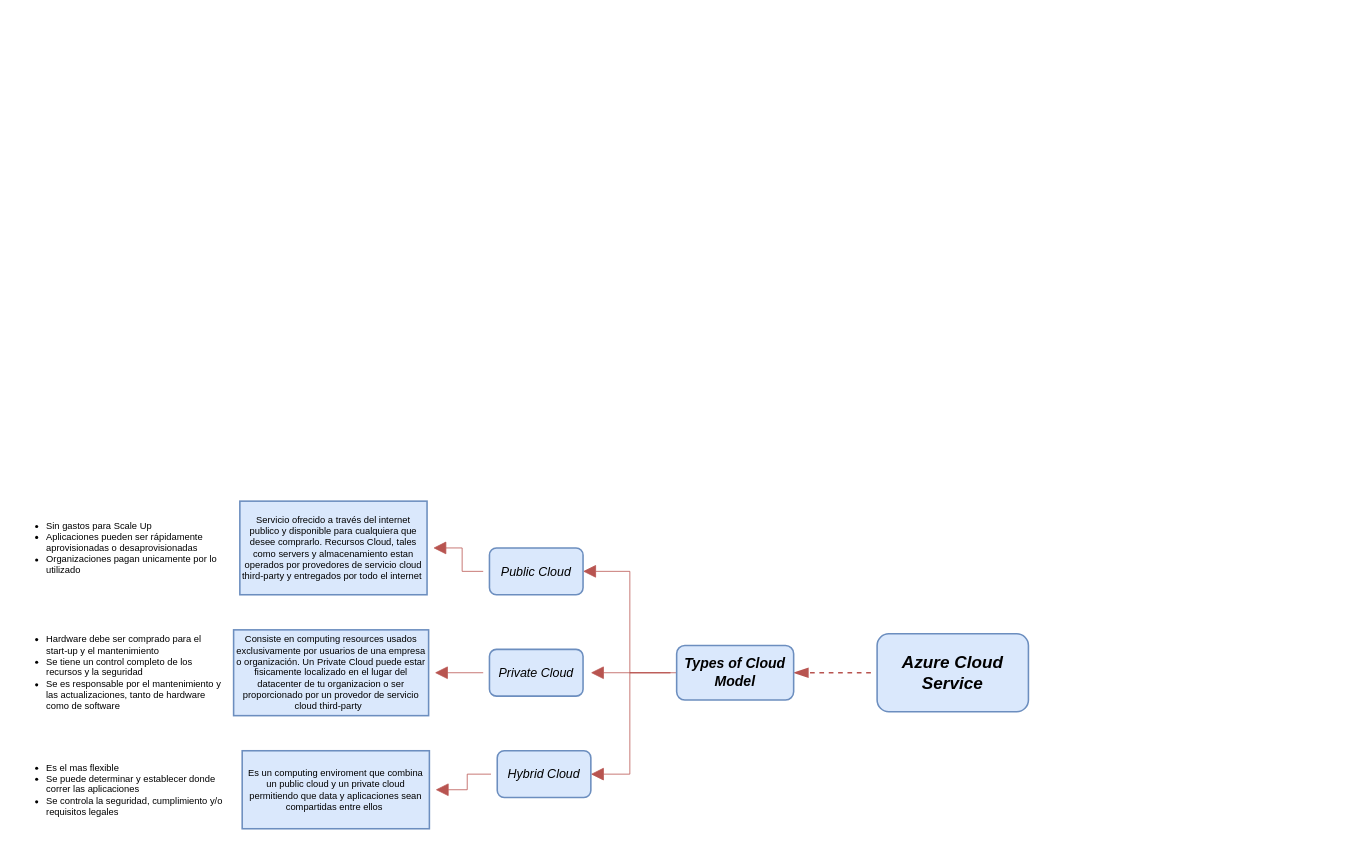
Above: AzureCloud.drawio in Redcouz/AzureDevOpsDiagram (draw.io), before the change. Source tidied: cells renumbered, new cells numbered last; positions are measured from the earlier drawing's top-left corner, leaving out a move shared by most shapes. Both pictures are drawn from the tidied source at 78%, with x=0, y=0 at pixel (13, 489).
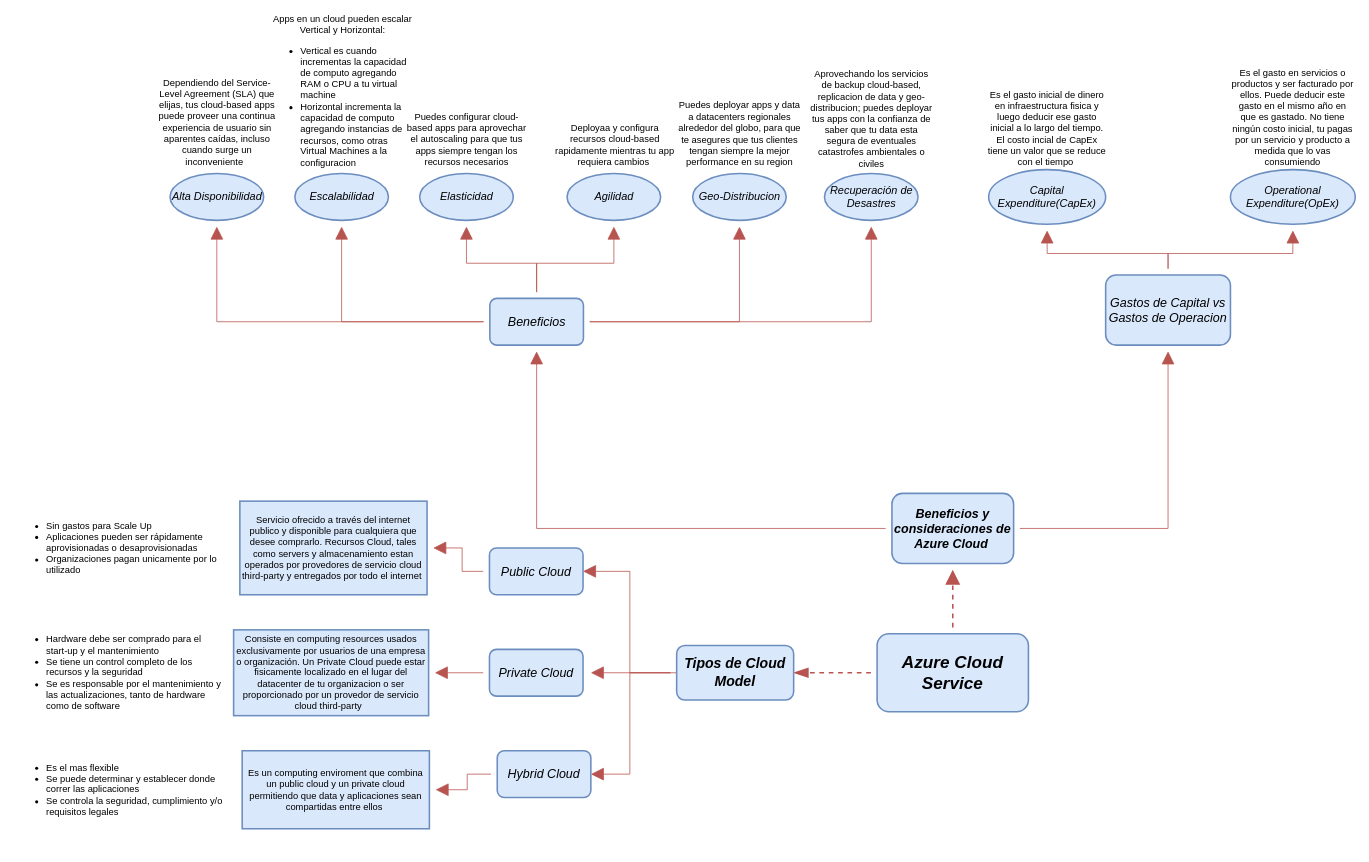
After the change.

The change refers to these unchanged cells:
```xml
<mxCell id="3" value="&lt;font style=&quot;font-size: 22px&quot;&gt;&lt;b&gt;&lt;i&gt;Azure Cloud Service&lt;/i&gt;&lt;/b&gt;&lt;/font&gt;" style="rounded=1;whiteSpace=wrap;html=1;hachureGap=4;fillColor=#dae8fc;strokeColor=#6c8ebf;strokeWidth=2;" parent="1" vertex="1">
  <mxGeometry x="1107" y="185" width="194" height="100" as="geometry" />
</mxCell>
```

What changed in the source:
```diff
@@
+    <mxCell id="20" style="edgeStyle=orthogonalEdgeStyle;rounded=0;jettySize=auto;html=1;endArrow=block;endFill=1;startSize=14;endSize=14;sourcePerimeterSpacing=8;targetPerimeterSpacing=8;fillColor=#f8cecc;dashed=1;strokeColor=#b85450;strokeWidth=2;" parent="1" edge="1" source="3" target="23">
+      <mxGeometry relative="1" as="geometry" />
+    </mxCell>
@@
-    <mxCell id="7" value="&lt;font style=&quot;font-size: 18px&quot;&gt;&lt;b&gt;&lt;i&gt;Types of Cloud Model&lt;/i&gt;&lt;/b&gt;&lt;/font&gt;" style="whiteSpace=wrap;html=1;rounded=1;strokeColor=#6c8ebf;strokeWidth=2;fillColor=#dae8fc;hachureGap=4;" parent="1" vertex="1">
+    <mxCell id="7" value="&lt;font style=&quot;font-size: 18px&quot;&gt;&lt;b&gt;&lt;i&gt;Tipos de Cloud Model&lt;/i&gt;&lt;/b&gt;&lt;/font&gt;" style="whiteSpace=wrap;html=1;rounded=1;strokeColor=#6c8ebf;strokeWidth=2;fillColor=#dae8fc;hachureGap=4;" parent="1" vertex="1">
       <mxGeometry x="850" y="200" width="150" height="70" as="geometry" />
     </mxCell>
@@
+    <mxCell id="21" style="edgeStyle=orthogonalEdgeStyle;rounded=0;jettySize=auto;html=1;endArrow=block;endFill=1;startSize=14;endSize=14;sourcePerimeterSpacing=8;targetPerimeterSpacing=8;strokeWidth=1;fillColor=#f8cecc;strokeColor=#b85450;" parent="1" edge="1" source="23" target="30">
+      <mxGeometry relative="1" as="geometry" />
+    </mxCell>
+    <mxCell id="22" style="edgeStyle=orthogonalEdgeStyle;rounded=0;jumpSize=0;jettySize=auto;html=1;endArrow=block;endFill=1;startSize=14;endSize=14;sourcePerimeterSpacing=8;targetPerimeterSpacing=8;strokeColor=#b85450;strokeWidth=1;fillColor=#f8cecc;" parent="1" edge="1" source="23" target="45">
+      <mxGeometry relative="1" as="geometry" />
+    </mxCell>
+    <mxCell id="23" value="&lt;font style=&quot;font-size: 16px&quot;&gt;&lt;b&gt;&lt;i&gt;Beneficios y consideraciones de Azure Cloud&lt;/i&gt;&lt;/b&gt;&lt;/font&gt;&amp;nbsp;" style="whiteSpace=wrap;html=1;rounded=1;strokeColor=#6c8ebf;strokeWidth=2;fillColor=#dae8fc;hachureGap=4;" parent="1" vertex="1">
+      <mxGeometry x="1126" y="5" width="156" height="90" as="geometry" />
+    </mxCell>
+    <mxCell id="24" style="edgeStyle=orthogonalEdgeStyle;rounded=0;jettySize=auto;html=1;endArrow=block;endFill=1;startSize=14;endSize=14;sourcePerimeterSpacing=8;targetPerimeterSpacing=8;strokeWidth=1;fillColor=#f8cecc;strokeColor=#b85450;" parent="1" edge="1" source="30" target="31">
+      <mxGeometry relative="1" as="geometry" />
+    </mxCell>
+    <mxCell id="25" style="edgeStyle=orthogonalEdgeStyle;rounded=0;jettySize=auto;html=1;endArrow=block;endFill=1;startSize=14;endSize=14;sourcePerimeterSpacing=8;targetPerimeterSpacing=8;strokeWidth=1;fillColor=#f8cecc;strokeColor=#b85450;" parent="1" edge="1" source="30" target="32">
+      <mxGeometry relative="1" as="geometry" />
+    </mxCell>
+    <mxCell id="26" style="edgeStyle=orthogonalEdgeStyle;rounded=0;jettySize=auto;html=1;endArrow=block;endFill=1;startSize=14;endSize=14;sourcePerimeterSpacing=8;targetPerimeterSpacing=8;strokeWidth=1;fillColor=#f8cecc;strokeColor=#b85450;" parent="1" edge="1" source="30" target="33">
+      <mxGeometry relative="1" as="geometry" />
+    </mxCell>
+    <mxCell id="27" style="edgeStyle=orthogonalEdgeStyle;rounded=0;jettySize=auto;html=1;endArrow=block;endFill=1;startSize=14;endSize=14;sourcePerimeterSpacing=8;targetPerimeterSpacing=8;strokeWidth=1;fillColor=#f8cecc;strokeColor=#b85450;" parent="1" edge="1" source="30" target="34">
+      <mxGeometry relative="1" as="geometry" />
+    </mxCell>
+    <mxCell id="28" style="edgeStyle=orthogonalEdgeStyle;rounded=0;jettySize=auto;html=1;endArrow=block;endFill=1;startSize=14;endSize=14;sourcePerimeterSpacing=8;targetPerimeterSpacing=8;strokeWidth=1;fillColor=#f8cecc;strokeColor=#b85450;" parent="1" edge="1" source="30" target="35">
+      <mxGeometry relative="1" as="geometry" />
+    </mxCell>
+    <mxCell id="29" style="edgeStyle=orthogonalEdgeStyle;rounded=0;jettySize=auto;html=1;endArrow=block;endFill=1;startSize=14;endSize=14;sourcePerimeterSpacing=8;targetPerimeterSpacing=8;strokeWidth=1;fillColor=#f8cecc;strokeColor=#b85450;" parent="1" edge="1" source="30" target="36">
+      <mxGeometry relative="1" as="geometry" />
+    </mxCell>
+    <mxCell id="30" value="&lt;font style=&quot;font-size: 16px&quot;&gt;&lt;i&gt;Beneficios&lt;/i&gt;&lt;/font&gt;" style="whiteSpace=wrap;html=1;rounded=1;strokeColor=#6c8ebf;strokeWidth=2;fillColor=#dae8fc;hachureGap=4;" parent="1" vertex="1">
+      <mxGeometry x="610.5" y="-245" width="120" height="60" as="geometry" />
+    </mxCell>
+    <mxCell id="31" value="&lt;i&gt;&lt;font style=&quot;font-size: 14px&quot;&gt;Alta Disponibilidad&lt;/font&gt;&lt;/i&gt;" style="ellipse;whiteSpace=wrap;html=1;rounded=1;strokeColor=#6c8ebf;strokeWidth=2;fillColor=#dae8fc;hachureGap=4;" parent="1" vertex="1">
+      <mxGeometry x="200.5" y="-405" width="120" height="60" as="geometry" />
+    </mxCell>
+    <mxCell id="32" value="&lt;span style=&quot;font-size: 14px&quot;&gt;&lt;i&gt;Escalabilidad&lt;/i&gt;&lt;/span&gt;" style="ellipse;whiteSpace=wrap;html=1;rounded=1;strokeColor=#6c8ebf;strokeWidth=2;fillColor=#dae8fc;hachureGap=4;" parent="1" vertex="1">
+      <mxGeometry x="360.5" y="-405" width="120" height="60" as="geometry" />
+    </mxCell>
+    <mxCell id="33" value="&lt;i&gt;&lt;font style=&quot;font-size: 14px&quot;&gt;Elasticidad&lt;/font&gt;&lt;/i&gt;" style="ellipse;whiteSpace=wrap;html=1;rounded=1;strokeColor=#6c8ebf;strokeWidth=2;fillColor=#dae8fc;hachureGap=4;" parent="1" vertex="1">
+      <mxGeometry x="520.5" y="-405" width="120" height="60" as="geometry" />
+    </mxCell>
+    <mxCell id="34" value="&lt;i&gt;&lt;font style=&quot;font-size: 14px&quot;&gt;Agilidad&lt;/font&gt;&lt;/i&gt;" style="ellipse;whiteSpace=wrap;html=1;rounded=1;strokeColor=#6c8ebf;strokeWidth=2;fillColor=#dae8fc;hachureGap=4;" parent="1" vertex="1">
+      <mxGeometry x="709.5" y="-405" width="120" height="60" as="geometry" />
+    </mxCell>
+    <mxCell id="35" value="&lt;i&gt;&lt;font style=&quot;font-size: 14px&quot;&gt;Geo-Distribucion&lt;/font&gt;&lt;/i&gt;" style="ellipse;whiteSpace=wrap;html=1;rounded=1;strokeColor=#6c8ebf;strokeWidth=2;fillColor=#dae8fc;hachureGap=4;" parent="1" vertex="1">
+      <mxGeometry x="870.5" y="-405" width="120" height="60" as="geometry" />
+    </mxCell>
+    <mxCell id="36" value="&lt;i&gt;&lt;font&gt;&lt;span style=&quot;font-size: 14px&quot;&gt;Recuperación&amp;nbsp;de Desastres&lt;/span&gt;&lt;/font&gt;&lt;/i&gt;" style="ellipse;whiteSpace=wrap;html=1;rounded=1;strokeColor=#6c8ebf;strokeWidth=2;fillColor=#dae8fc;hachureGap=4;" parent="1" vertex="1">
+      <mxGeometry x="1039.5" y="-405" width="120" height="60" as="geometry" />
+    </mxCell>
+    <mxCell id="37" value="Dependiendo del Service- Level Agreement (SLA) que elijas, tus cloud-based apps puede proveer una continua experiencia de usuario sin aparentes caídas, incluso cuando surge un inconveniente&amp;nbsp;&amp;nbsp;" style="text;html=1;strokeColor=none;fillColor=none;align=center;verticalAlign=middle;whiteSpace=wrap;rounded=0;hachureGap=4;" parent="1" vertex="1">
+      <mxGeometry x="180.5" y="-491" width="160" height="40" as="geometry" />
+    </mxCell>
+    <mxCell id="38" value="&lt;div style=&quot;text-align: center&quot;&gt;&lt;span&gt;Apps en un cloud pueden escalar Vertical y Horizontal:&lt;/span&gt;&lt;/div&gt;&lt;ul&gt;&lt;li&gt;Vertical es cuando incrementas la capacidad de computo agregando RAM o CPU a tu virtual machine&amp;nbsp;&lt;/li&gt;&lt;li&gt;Horizontal incrementa la capacidad de computo agregando instancias de recursos, como otras Virtual Machines a la configuracion&lt;/li&gt;&lt;/ul&gt;" style="text;html=1;strokeColor=none;fillColor=none;align=left;verticalAlign=middle;whiteSpace=wrap;rounded=0;hachureGap=4;" parent="1" vertex="1">
+      <mxGeometry x="325.5" y="-535" width="190" height="60" as="geometry" />
+    </mxCell>
+    <mxCell id="39" value="Puedes configurar cloud-based apps para aprovechar el autoscaling para que tus apps siempre tengan los recursos necesarios" style="text;html=1;strokeColor=none;fillColor=none;align=center;verticalAlign=middle;whiteSpace=wrap;rounded=0;hachureGap=4;" parent="1" vertex="1">
+      <mxGeometry x="500.5" y="-469" width="160" height="40" as="geometry" />
+    </mxCell>
+    <mxCell id="40" value="Deployaa y configura recursos cloud-based rapidamente mientras tu app requiera cambios&amp;nbsp;" style="text;html=1;strokeColor=none;fillColor=none;align=center;verticalAlign=middle;whiteSpace=wrap;rounded=0;hachureGap=4;" parent="1" vertex="1">
+      <mxGeometry x="690.5" y="-462" width="160" height="40" as="geometry" />
+    </mxCell>
+    <mxCell id="41" value="Puedes deployar apps y data a datacenters regionales alrededor del globo, para que te asegures que tus clientes tengan siempre la mejor performance en su region" style="text;html=1;strokeColor=none;fillColor=none;align=center;verticalAlign=middle;whiteSpace=wrap;rounded=0;hachureGap=4;" parent="1" vertex="1">
+      <mxGeometry x="850.5" y="-475" width="160" height="37" as="geometry" />
+    </mxCell>
+    <mxCell id="42" value="Aprovechando los servicios de backup cloud-based, replicacion de data y geo-distribucion; puedes deployar tus apps con la confianza de saber que tu data esta segura de eventuales catastrofes ambientales o civiles" style="text;html=1;strokeColor=none;fillColor=none;align=center;verticalAlign=middle;whiteSpace=wrap;rounded=0;hachureGap=4;" parent="1" vertex="1">
+      <mxGeometry x="1019.5" y="-495" width="160" height="40" as="geometry" />
+    </mxCell>
+    <mxCell id="43" style="edgeStyle=orthogonalEdgeStyle;rounded=0;jumpSize=0;jettySize=auto;html=1;endArrow=block;endFill=1;startSize=14;endSize=14;sourcePerimeterSpacing=8;targetPerimeterSpacing=8;strokeColor=#b85450;strokeWidth=1;fillColor=#f8cecc;" parent="1" edge="1" source="45" target="46">
+      <mxGeometry relative="1" as="geometry" />
+    </mxCell>
+    <mxCell id="44" style="edgeStyle=orthogonalEdgeStyle;rounded=0;jumpSize=0;jettySize=auto;html=1;endArrow=block;endFill=1;startSize=14;endSize=14;sourcePerimeterSpacing=8;targetPerimeterSpacing=8;strokeColor=#b85450;strokeWidth=1;fillColor=#f8cecc;" parent="1" edge="1" source="45" target="47">
+      <mxGeometry relative="1" as="geometry" />
+    </mxCell>
+    <mxCell id="45" value="&lt;font style=&quot;font-size: 16px&quot;&gt;&lt;i&gt;Gastos de Capital vs Gastos de Operacion&lt;/i&gt;&lt;/font&gt;" style="whiteSpace=wrap;html=1;rounded=1;strokeColor=#6c8ebf;strokeWidth=2;fillColor=#dae8fc;hachureGap=4;" parent="1" vertex="1">
+      <mxGeometry x="1400" y="-275" width="160" height="90" as="geometry" />
+    </mxCell>
+    <mxCell id="46" value="&lt;font style=&quot;font-size: 14px&quot;&gt;&lt;i&gt;Capital Expenditure(CapEx)&lt;/i&gt;&lt;/font&gt;" style="ellipse;whiteSpace=wrap;html=1;rounded=1;strokeColor=#6c8ebf;strokeWidth=2;fillColor=#dae8fc;hachureGap=4;" parent="1" vertex="1">
+      <mxGeometry x="1250" y="-410" width="150" height="70" as="geometry" />
+    </mxCell>
+    <mxCell id="47" value="&lt;font style=&quot;font-size: 14px&quot;&gt;&lt;i&gt;Operational Expenditure(OpEx)&lt;/i&gt;&lt;/font&gt;" style="ellipse;whiteSpace=wrap;html=1;rounded=1;strokeColor=#6c8ebf;strokeWidth=2;fillColor=#dae8fc;hachureGap=4;" parent="1" vertex="1">
+      <mxGeometry x="1560" y="-410" width="160" height="70" as="geometry" />
+    </mxCell>
+    <mxCell id="48" value="Es el gasto inicial de dinero en infraestructura fisica y luego deducir ese gasto inicial a lo largo del tiempo. El costo incial de CapEx tiene un valor que se reduce con el tiempo&amp;nbsp;" style="text;html=1;strokeColor=none;fillColor=none;align=center;verticalAlign=middle;whiteSpace=wrap;rounded=0;hachureGap=4;" parent="1" vertex="1">
+      <mxGeometry x="1245" y="-483" width="160" height="40" as="geometry" />
+    </mxCell>
+    <mxCell id="49" value="Es el gasto en servicios o productos y ser facturado por ellos. Puede deducir este gasto en el mismo año en que es gastado. No tiene ningún costo inicial, tu pagas por un servicio y producto a medida que lo vas consumiendo" style="text;html=1;strokeColor=none;fillColor=none;align=center;verticalAlign=middle;whiteSpace=wrap;rounded=0;hachureGap=4;" parent="1" vertex="1">
+      <mxGeometry x="1560" y="-497" width="160" height="40" as="geometry" />
+    </mxCell>
```
